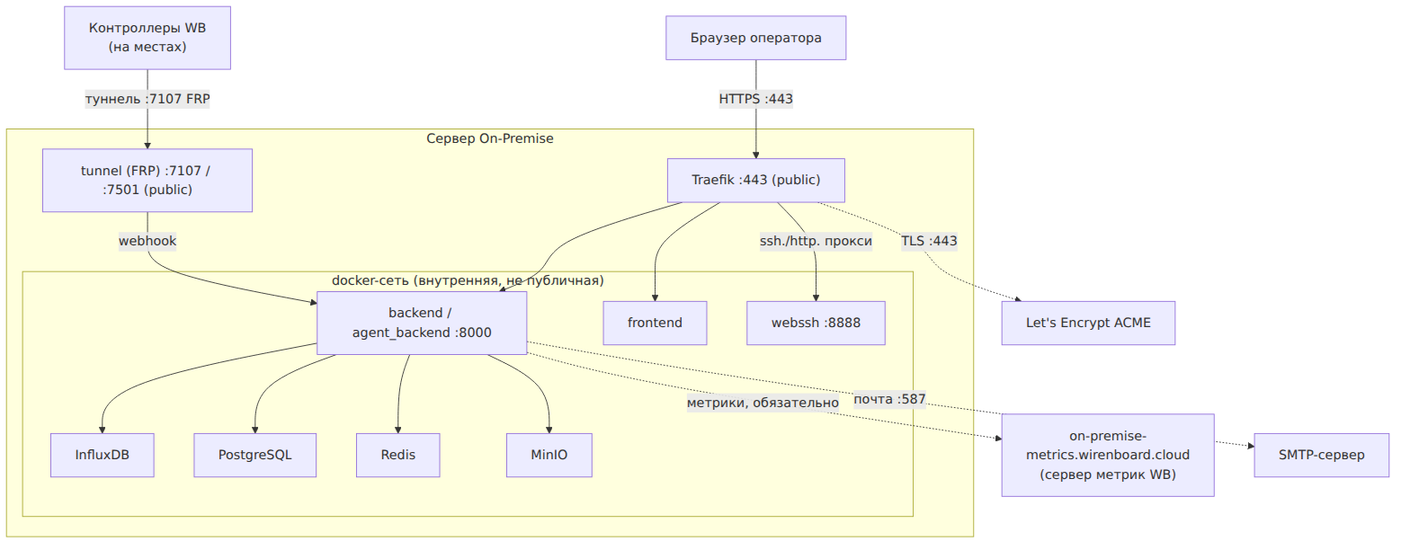
Above: assets/onprem-network.png in wirenboard/cloud-on-premise (Mermaid), before the change. Its source is kept beside it as assets/onprem-network.mmd. The source it was exported from:
```mermaid
flowchart TB
    browser["Браузер оператора"]
    ctrl["Контроллеры WB<br/>(на местах)"]
    wbcloud["on-premise-metrics.wirenboard.cloud<br/>(сервер метрик WB)"]
    smtp["SMTP-сервер"]
    acme["Let's Encrypt ACME"]

    subgraph host["Сервер On-Premise"]
        traefik["Traefik :443 (public)"]
        tunnel["tunnel (FRP) :7107 / :7501 (public)"]
        subgraph dnet["docker-сеть (внутренняя, не публичная)"]
            backend["backend / agent_backend :8000"]
            frontend["frontend"]
            webssh["webssh :8888"]
            influx["InfluxDB"]
            pg["PostgreSQL"]
            redis["Redis"]
            minio["MinIO"]
        end
    end

    browser -->|HTTPS :443| traefik
    ctrl -->|туннель :7107 FRP| tunnel
    traefik --> frontend
    traefik --> backend
    traefik -->|ssh./http. прокси| webssh
    backend --> pg
    backend --> redis
    backend --> minio
    backend --> influx
    tunnel -->|webhook| backend
    backend -.->|метрики, обязательно| wbcloud
    backend -.->|почта :587| smtp
    traefik -.->|TLS :443| acme
```
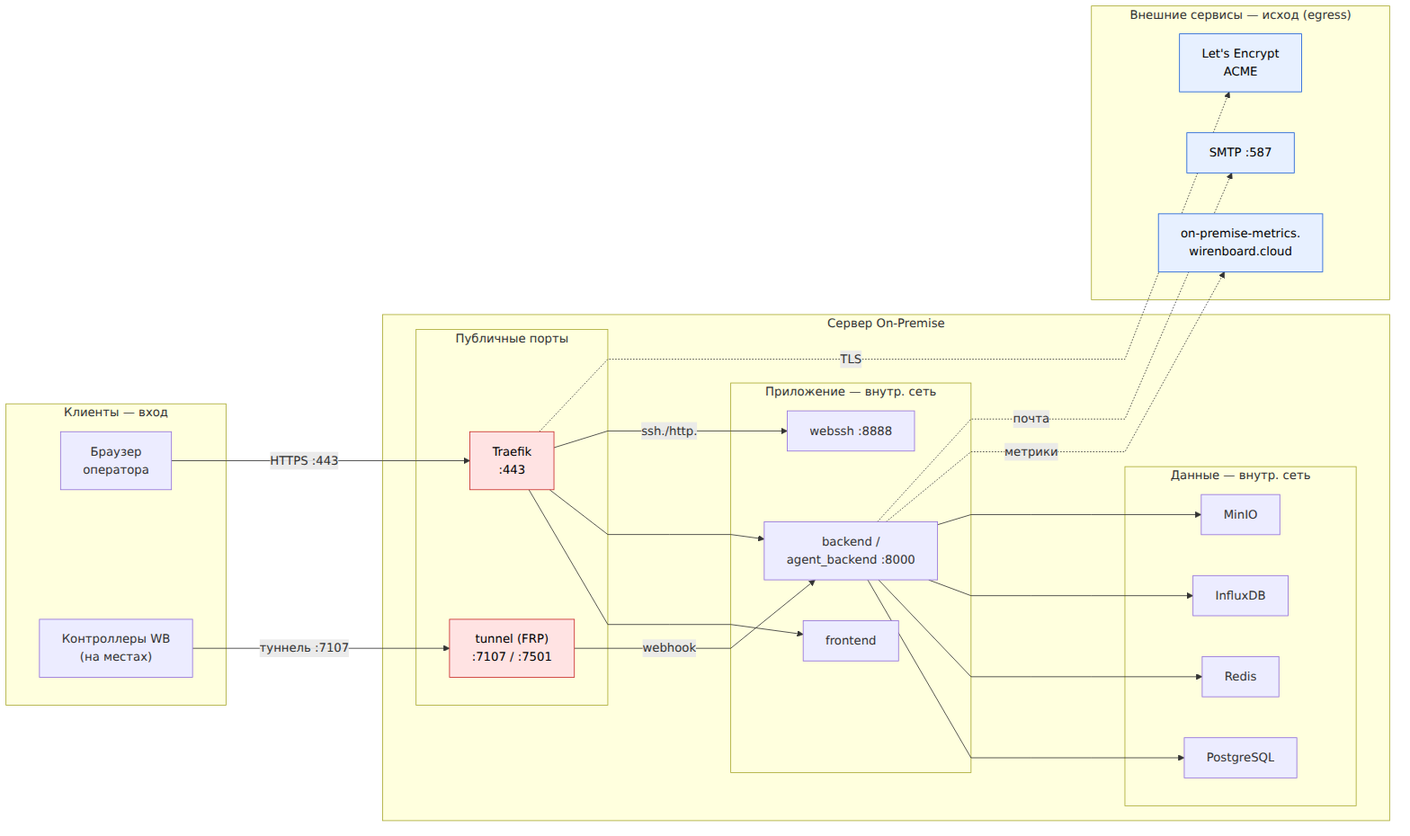
The same file after the commit.

Commit message:
docs(security): перекомпоновать схему — слои + egress-блок, меньше пересечений

flowchart LR со слоями (клиенты→публичные порты→приложение→данные),
egress вынесен в отдельный блок, публичные/внешние узлы подсвечены. Локально.

Change to the diagram source:
```diff
@@ -1,34 +1,58 @@
-flowchart TB
-    browser["Браузер оператора"]
-    ctrl["Контроллеры WB<br/>(на местах)"]
-    wbcloud["on-premise-metrics.wirenboard.cloud<br/>(сервер метрик WB)"]
-    smtp["SMTP-сервер"]
-    acme["Let's Encrypt ACME"]
+%%{init: {"flowchart": {"curve": "linear", "nodeSpacing": 55, "rankSpacing": 90}} }%%
+flowchart LR
+    subgraph clients["Клиенты — вход"]
+        direction TB
+        browser["Браузер<br/>оператора"]
+        ctrl["Контроллеры WB<br/>(на местах)"]
+    end
 
     subgraph host["Сервер On-Premise"]
-        traefik["Traefik :443 (public)"]
-        tunnel["tunnel (FRP) :7107 / :7501 (public)"]
-        subgraph dnet["docker-сеть (внутренняя, не публичная)"]
-            backend["backend / agent_backend :8000"]
+        direction TB
+        subgraph edge["Публичные порты"]
+            direction TB
+            traefik["Traefik<br/>:443"]
+            tunnel["tunnel (FRP)<br/>:7107 / :7501"]
+        end
+        subgraph app["Приложение — внутр. сеть"]
+            direction TB
             frontend["frontend"]
+            backend["backend /<br/>agent_backend :8000"]
             webssh["webssh :8888"]
-            influx["InfluxDB"]
+        end
+        subgraph data["Данные — внутр. сеть"]
+            direction TB
             pg["PostgreSQL"]
             redis["Redis"]
+            influx["InfluxDB"]
             minio["MinIO"]
         end
     end
 
+    subgraph ext["Внешние сервисы — исход (egress)"]
+        direction TB
+        wbcloud["on-premise-metrics.<br/>wirenboard.cloud"]
+        smtp["SMTP :587"]
+        acme["Let's Encrypt<br/>ACME"]
+    end
+
     browser -->|HTTPS :443| traefik
-    ctrl -->|туннель :7107 FRP| tunnel
+    ctrl -->|туннель :7107| tunnel
+
     traefik --> frontend
     traefik --> backend
-    traefik -->|ssh./http. прокси| webssh
+    traefik -->|ssh./http.| webssh
+    tunnel -->|webhook| backend
+
     backend --> pg
     backend --> redis
+    backend --> influx
     backend --> minio
-    backend --> influx
-    tunnel -->|webhook| backend
-    backend -.->|метрики, обязательно| wbcloud
-    backend -.->|почта :587| smtp
-    traefik -.->|TLS :443| acme
+
+    backend -.->|метрики| wbcloud
+    backend -.->|почта| smtp
+    traefik -.->|TLS| acme
+
+    classDef pub fill:#ffe3e3,stroke:#c92a2a,color:#000;
+    classDef extn fill:#e7f0ff,stroke:#1c5fd6,color:#000;
+    class traefik,tunnel pub;
+    class wbcloud,smtp,acme extn;
```
